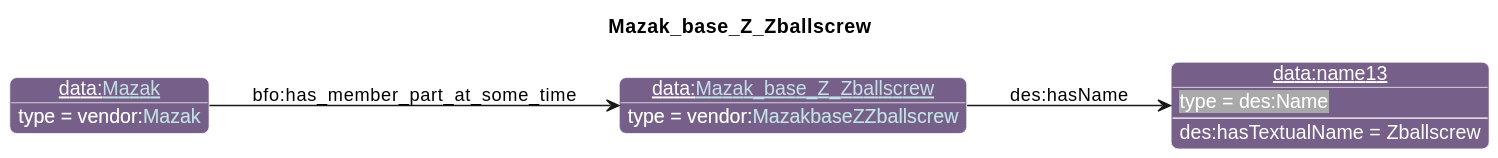
Above: diagrams/Mazak_base_Z_Zballscrew.svg in iofoundry/example-syseng-mtconnect (PlantUML), before the change.
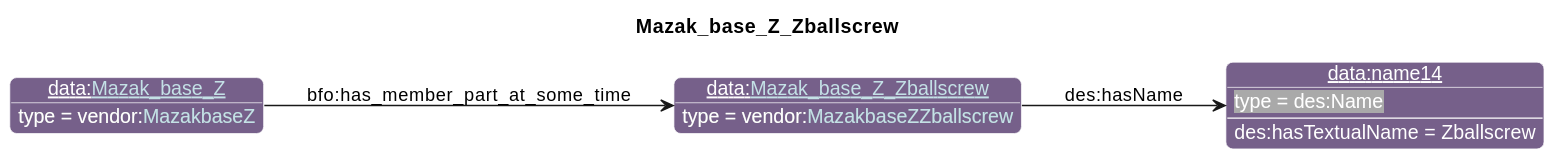
The same diagram one commit later.

Diff of the diagram source:
```diff
@@ -26,8 +26,8 @@
                       "qp":"641B2E"
       }
 individual(o0, data:[[./Mazak_base_Z_Zballscrew.html Mazak_base_Z_Zballscrew]], vendor:[[../Mazak.html#MazakbaseZZballscrew MazakbaseZZballscrew]])
-individual(o1, data:name13, des:Name)
-individual(o2, data:[[./Mazak.html Mazak]], vendor:[[../Mazak.html#Mazak Mazak]])
+individual(o1, data:name14, des:Name)
+individual(o2, data:[[./Mazak_base_Z.html Mazak_base_Z]], vendor:[[../Mazak.html#MazakbaseZ MazakbaseZ]])
 property(o0, "des:hasName", o1)
 data(o1, "des:hasTextualName", "Zballscrew")
 property(o2, "bfo:has_member_part_at_some_time", o0)
```
